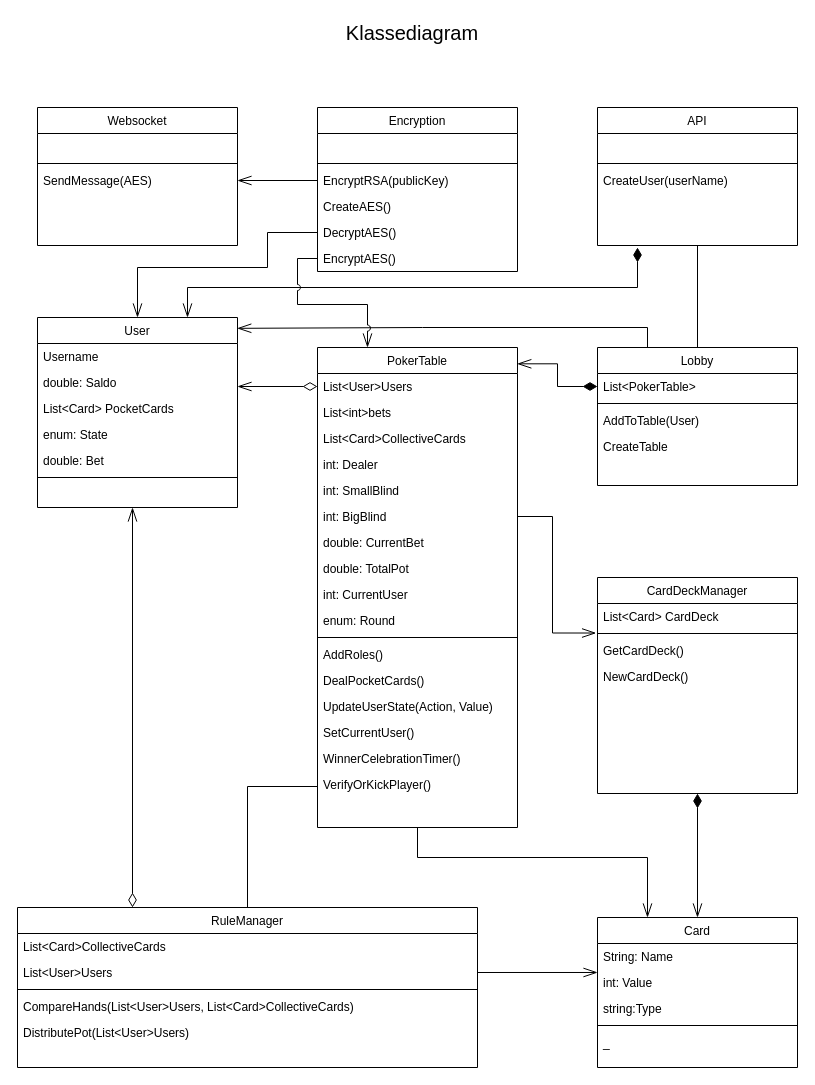
This is Dokumentation/Klasse Diagram.drawio from AndreasBollNielsen/PinkLadiesPoker_GameEngine, a draw.io file, before an edit. Source tidied: cells renumbered, new cells numbered last; positions are measured from the earlier drawing's top-left corner, leaving out a move shared by most shapes. Both pictures are drawn from the tidied source at 100%, with x=0, y=0 at pixel (17, 17).
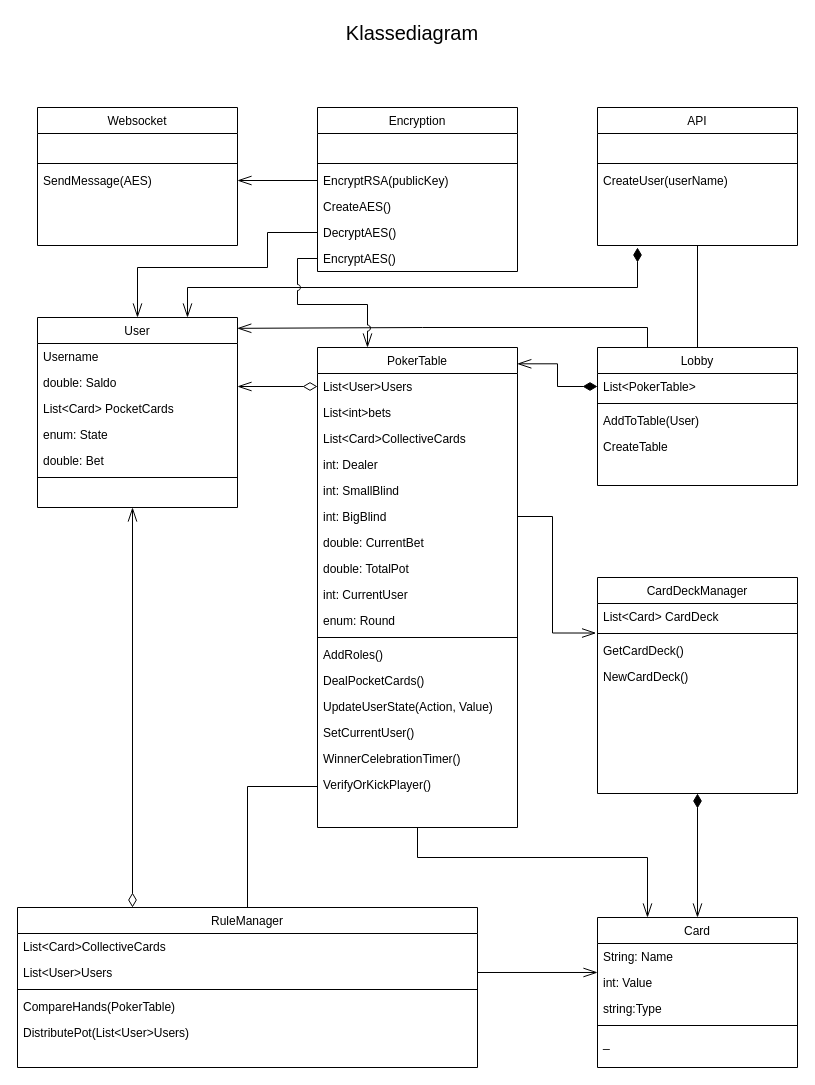
The same diagram, later.

Unchanged cells that the change refers to:
```xml
<mxCell id="52" value="RuleManager" style="swimlane;fontStyle=0;align=center;verticalAlign=top;horizontal=1;startSize=26;rounded=0;shadow=0;strokeWidth=1;" parent="1" vertex="1">
  <mxGeometry y="890" width="460" height="160" as="geometry" />
</mxCell>
```

What changed in the source:
```diff
@@
-    <mxCell id="56" value="CompareHands(List&lt;User&gt;Users, List&lt;Card&gt;CollectiveCards)" style="text;align=left;verticalAlign=top;spacingLeft=4;spacingRight=4;overflow=hidden;" parent="52" vertex="1">
+    <mxCell id="56" value="CompareHands(PokerTable)" style="text;align=left;verticalAlign=top;spacingLeft=4;spacingRight=4;overflow=hidden;" parent="52" vertex="1">
       <mxGeometry y="86" width="460" height="26" as="geometry" />
     </mxCell>
```
